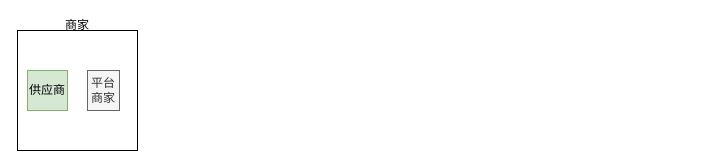
Before: dataArchi.drawio in Thomas-liyan/common, a draw.io diagram. Source tidied: cells renumbered, new cells numbered last; positions are measured from the earlier drawing's top-left corner, leaving out a move shared by most shapes. Both pictures are drawn from the tidied source at 100%, with x=0, y=0 at pixel (17, 30).
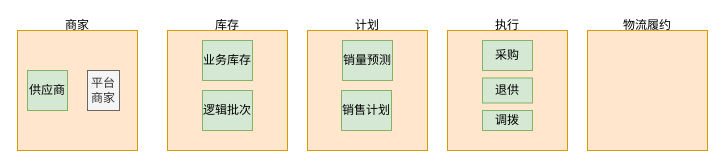
The same page after the edit.

The edit, as a diff of the source:
```diff
@@
 <mxGraphModel>
   <root>
     <mxCell id="0" />
     <mxCell id="1" parent="0" />
-    <mxCell id="2" value="商家" style="whiteSpace=wrap;html=1;labelPosition=center;verticalLabelPosition=top;align=center;verticalAlign=bottom;horizontal=1;spacing=-2;spacingTop=-7;" parent="1" vertex="1">
+    <mxCell id="2" value="商家" style="whiteSpace=wrap;html=1;labelPosition=center;verticalLabelPosition=top;align=center;verticalAlign=bottom;horizontal=1;spacing=-2;spacingTop=-7;fillColor=#ffe6cc;strokeColor=#d79b00;" parent="1" vertex="1">
       <mxGeometry width="120" height="120" as="geometry" />
     </mxCell>
     <mxCell id="3" value="供应商" style="whiteSpace=wrap;html=1;direction=south;fillColor=#d5e8d4;strokeColor=#82b366;" parent="1" vertex="1">
       <mxGeometry x="10" y="40" width="40" height="40" as="geometry" />
     </mxCell>
     <mxCell id="4" value="平台商家" style="whiteSpace=wrap;html=1;direction=south;fillColor=#f5f5f5;strokeColor=#666666;fontColor=#333333;" parent="1" vertex="1">
       <mxGeometry x="70" y="40" width="32" height="40" as="geometry" />
     </mxCell>
+    <mxCell id="5" value="库存" style="whiteSpace=wrap;html=1;labelPosition=center;verticalLabelPosition=top;align=center;verticalAlign=bottom;horizontal=1;spacing=-2;spacingTop=-7;fillColor=#ffe6cc;strokeColor=#d79b00;" parent="1" vertex="1">
+      <mxGeometry x="150" width="120" height="120" as="geometry" />
+    </mxCell>
+    <mxCell id="6" value="计划" style="whiteSpace=wrap;html=1;labelPosition=center;verticalLabelPosition=top;align=center;verticalAlign=bottom;horizontal=1;spacing=-2;spacingTop=-7;fillColor=#ffe6cc;strokeColor=#d79b00;" parent="1" vertex="1">
+      <mxGeometry x="290" width="120" height="120" as="geometry" />
+    </mxCell>
+    <mxCell id="7" value="执行" style="whiteSpace=wrap;html=1;labelPosition=center;verticalLabelPosition=top;align=center;verticalAlign=bottom;horizontal=1;spacing=-2;spacingTop=-7;fillColor=#ffe6cc;strokeColor=#d79b00;" parent="1" vertex="1">
+      <mxGeometry x="430" width="120" height="120" as="geometry" />
+    </mxCell>
+    <mxCell id="8" value="物流履约" style="whiteSpace=wrap;html=1;labelPosition=center;verticalLabelPosition=top;align=center;verticalAlign=bottom;horizontal=1;spacing=-2;spacingTop=-7;fillColor=#ffe6cc;strokeColor=#d79b00;" parent="1" vertex="1">
+      <mxGeometry x="570" width="120" height="120" as="geometry" />
+    </mxCell>
+    <mxCell id="9" value="业务库存" style="whiteSpace=wrap;html=1;direction=south;fillColor=#d5e8d4;strokeColor=#82b366;" parent="1" vertex="1">
+      <mxGeometry x="185" y="10" width="50" height="40" as="geometry" />
+    </mxCell>
+    <mxCell id="10" value="逻辑批次" style="whiteSpace=wrap;html=1;direction=south;fillColor=#d5e8d4;strokeColor=#82b366;" parent="1" vertex="1">
+      <mxGeometry x="185" y="60" width="50" height="40" as="geometry" />
+    </mxCell>
+    <mxCell id="11" value="销售计划" style="whiteSpace=wrap;html=1;direction=south;fillColor=#d5e8d4;strokeColor=#82b366;" parent="1" vertex="1">
+      <mxGeometry x="324" y="60" width="50" height="40" as="geometry" />
+    </mxCell>
+    <mxCell id="12" value="销量预测" style="whiteSpace=wrap;html=1;direction=south;fillColor=#d5e8d4;strokeColor=#82b366;" parent="1" vertex="1">
+      <mxGeometry x="325" y="10" width="50" height="40" as="geometry" />
+    </mxCell>
+    <mxCell id="13" value="采购" style="whiteSpace=wrap;html=1;direction=south;fillColor=#d5e8d4;strokeColor=#82b366;" parent="1" vertex="1">
+      <mxGeometry x="465" y="10" width="50" height="30" as="geometry" />
+    </mxCell>
+    <mxCell id="14" value="退供" style="whiteSpace=wrap;html=1;direction=south;fillColor=#d5e8d4;strokeColor=#82b366;" parent="1" vertex="1">
+      <mxGeometry x="465" y="47.5" width="50" height="25" as="geometry" />
+    </mxCell>
+    <mxCell id="15" value="调拨" style="whiteSpace=wrap;html=1;direction=south;fillColor=#d5e8d4;strokeColor=#82b366;" parent="1" vertex="1">
+      <mxGeometry x="465" y="80" width="50" height="20" as="geometry" />
+    </mxCell>
   </root>
 </mxGraphModel>
```
